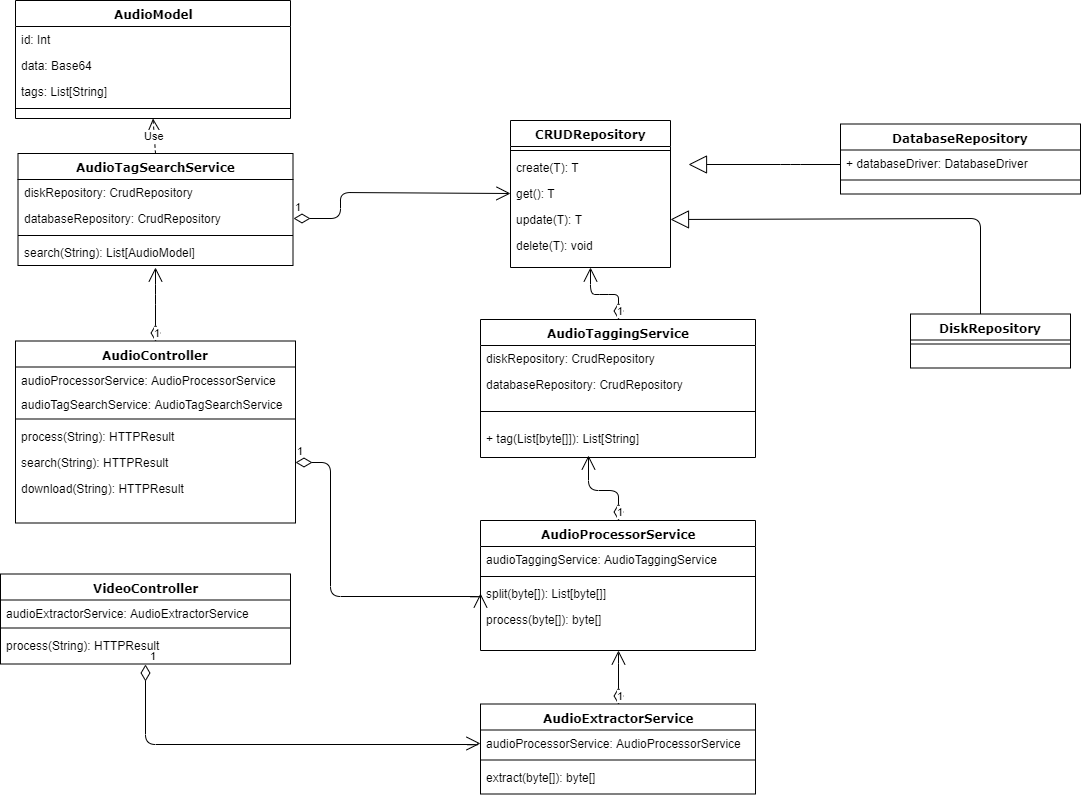
Above: architecture/backend/backend-class-diagram.png in gabrielxzc/moc1-aset-project (draw.io), before the change. Source tidied: cells renumbered, new cells last; positions are measured from the earlier drawing's top-left corner, leaving out a move shared by most shapes.
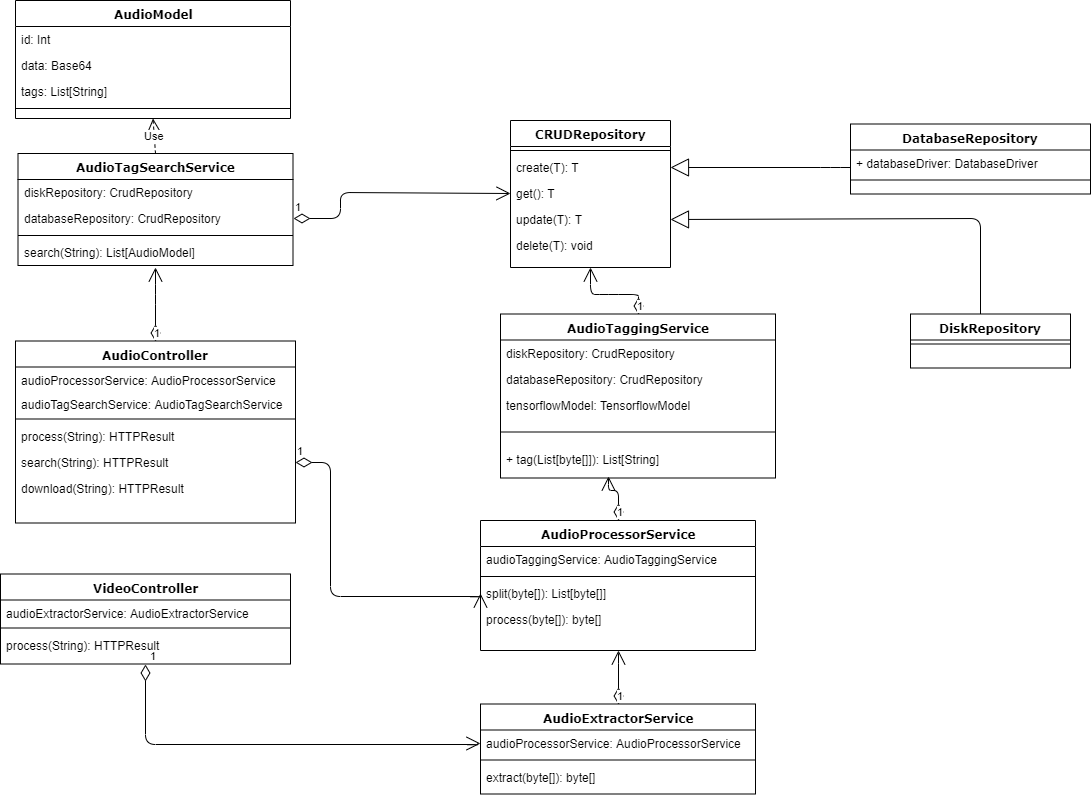
The same diagram one commit later.

Commit message:
updated backeknd class diagram

Change to the diagram source:
```diff
@@ -54,17 +54,16 @@
     <mxCell id="17" style="line;html=1;strokeWidth=1;fillColor=none;align=left;verticalAlign=middle;spacingTop=-1;spacingLeft=3;spacingRight=3;labelPosition=right;" parent="16" vertex="1">
       <mxGeometry y="26" width="160" height="8" as="geometry" />
     </mxCell>
-    <mxCell id="18" style="edgeStyle=orthogonalEdgeStyle;html=1;labelBackgroundColor=none;startFill=0;startSize=8;endArrow=block;endFill=0;endSize=16;fontFamily=Verdana;fontSize=12;" parent="1" edge="1" source="19">
+    <mxCell id="18" style="edgeStyle=orthogonalEdgeStyle;html=1;labelBackgroundColor=none;startFill=0;startSize=8;endArrow=block;endFill=0;endSize=16;fontFamily=Verdana;fontSize=12;entryX=1;entryY=0.5;entryDx=0;entryDy=0;" parent="1" edge="1" source="19" target="4">
       <mxGeometry relative="1" as="geometry">
-        <mxPoint x="688" y="163.5" as="targetPoint" />
         <Array as="points">
-          <mxPoint x="790" y="163.5" />
-          <mxPoint x="790" y="163.5" />
+          <mxPoint x="830" y="167" />
+          <mxPoint x="830" y="167" />
         </Array>
       </mxGeometry>
     </mxCell>
     <mxCell id="19" value="DatabaseRepository" style="swimlane;html=1;fontStyle=1;align=center;verticalAlign=top;horizontal=1;startSize=26;swimlaneFillColor=#ffffff;rounded=0;shadow=0;comic=0;labelBackgroundColor=none;strokeColor=#000000;strokeWidth=1;fillColor=none;fontFamily=Verdana;fontSize=12;fontColor=#000000;" parent="1" vertex="1">
-      <mxGeometry x="840" y="123.5" width="240" height="70" as="geometry" />
+      <mxGeometry x="850" y="123.5" width="240" height="70" as="geometry" />
     </mxCell>
     <mxCell id="20" value="+ databaseDriver: DatabaseDriver" style="text;html=1;strokeColor=none;fillColor=none;align=left;verticalAlign=top;spacingLeft=4;spacingRight=4;whiteSpace=wrap;overflow=hidden;" parent="19" vertex="1">
       <mxGeometry y="26" width="240" height="26" as="geometry" />
@@ -112,7 +111,7 @@
       <mxGeometry y="60" width="275" height="26" as="geometry" />
     </mxCell>
     <mxCell id="35" value="AudioTaggingService" style="swimlane;html=1;fontStyle=1;align=center;verticalAlign=top;horizontal=1;startSize=26;swimlaneFillColor=#ffffff;rounded=0;shadow=0;comic=0;labelBackgroundColor=none;strokeColor=#000000;strokeWidth=1;fillColor=none;fontFamily=Verdana;fontSize=12;fontColor=#000000;" parent="1" vertex="1">
-      <mxGeometry x="480" y="319" width="275" height="138" as="geometry" />
+      <mxGeometry x="500" y="313.5" width="275" height="164" as="geometry" />
     </mxCell>
     <mxCell id="36" value="diskRepository: CrudRepository" style="text;html=1;strokeColor=none;fillColor=none;align=left;verticalAlign=top;spacingLeft=4;spacingRight=4;whiteSpace=wrap;overflow=hidden;" parent="35" vertex="1">
       <mxGeometry y="26" width="275" height="26" as="geometry" />
@@ -120,11 +119,14 @@
     <mxCell id="37" value="databaseRepository: CrudRepository" style="text;html=1;strokeColor=none;fillColor=none;align=left;verticalAlign=top;spacingLeft=4;spacingRight=4;whiteSpace=wrap;overflow=hidden;" parent="35" vertex="1">
       <mxGeometry y="52" width="275" height="26" as="geometry" />
     </mxCell>
+    <mxCell id="58" value="tensorflowModel: TensorflowModel" style="text;html=1;strokeColor=none;fillColor=none;align=left;verticalAlign=top;spacingLeft=4;spacingRight=4;whiteSpace=wrap;overflow=hidden;" parent="35" vertex="1">
+      <mxGeometry y="78" width="275" height="26" as="geometry" />
+    </mxCell>
     <mxCell id="38" style="line;html=1;strokeWidth=1;fillColor=none;align=left;verticalAlign=middle;spacingTop=-1;spacingLeft=3;spacingRight=3;labelPosition=right;" parent="35" vertex="1">
-      <mxGeometry y="78" width="275" height="28" as="geometry" />
+      <mxGeometry y="104" width="275" height="28" as="geometry" />
     </mxCell>
     <mxCell id="39" value="+ tag(List[byte[]]): List[String]" style="text;html=1;strokeColor=none;fillColor=none;align=left;verticalAlign=top;spacingLeft=4;spacingRight=4;whiteSpace=wrap;overflow=hidden;points=[[0,0.5],[1,0.5]];portConstraint=eastwest;" parent="35" vertex="1">
-      <mxGeometry y="106" width="275" height="32" as="geometry" />
+      <mxGeometry y="132" width="275" height="32" as="geometry" />
     </mxCell>
     <mxCell id="40" value="AudioModel" style="swimlane;html=1;fontStyle=1;align=center;verticalAlign=top;horizontal=1;startSize=26;swimlaneFillColor=#ffffff;rounded=0;shadow=0;comic=0;labelBackgroundColor=none;strokeColor=#000000;strokeWidth=1;fillColor=none;fontFamily=Verdana;fontSize=12;fontColor=#000000;" parent="1" vertex="1">
       <mxGeometry x="15" width="275" height="118" as="geometry" />
@@ -188,7 +190,7 @@
       <mxGeometry x="-1" y="3" relative="1" as="geometry">
         <Array as="points">
           <mxPoint x="618" y="490" />
-          <mxPoint x="588" y="490" />
+          <mxPoint x="608" y="490" />
         </Array>
       </mxGeometry>
     </mxCell>
```
